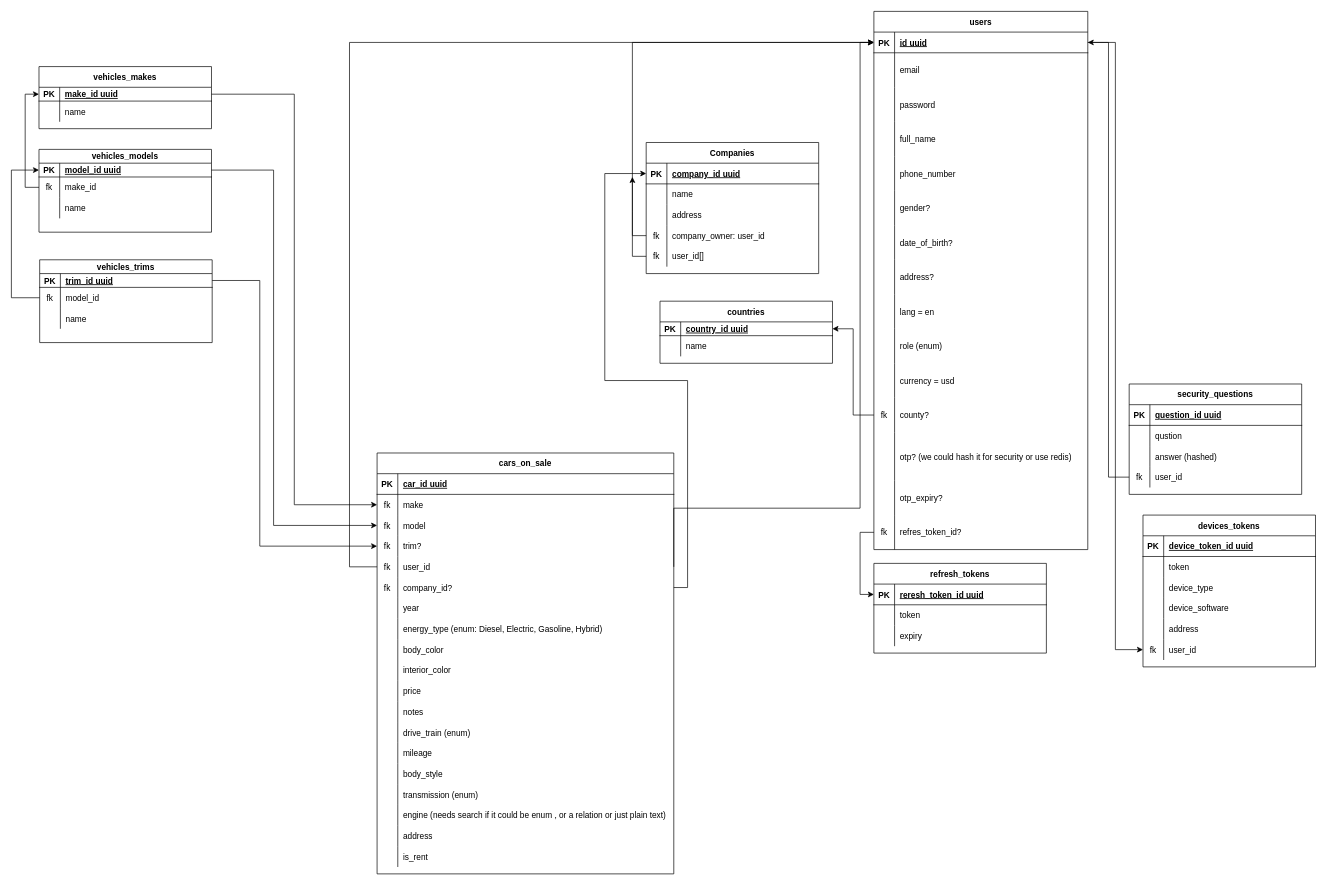
This is Untitled Diagram.drawio from ibrahim-raad/schema, a draw.io file, before an edit. Source tidied: cells renumbered, new cells numbered last; positions are measured from the earlier drawing's top-left corner, leaving out a move shared by most shapes. Both pictures are drawn from the tidied source at 69%, with x=0, y=0 at pixel (11, 11).
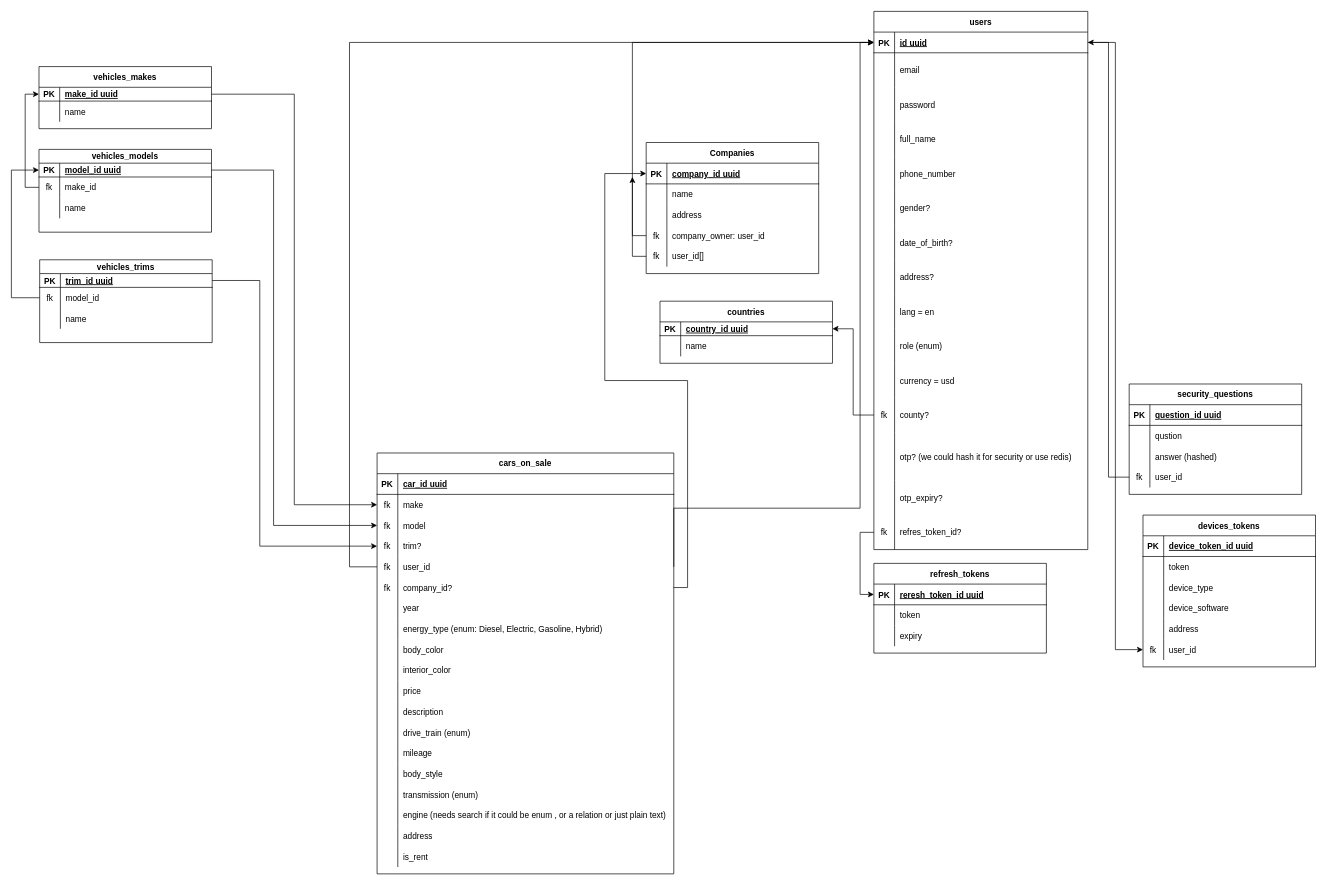
The same diagram, later.

Commit message:
changed notes to description

The change refers to these unchanged cells:
```xml
<mxCell id="181" style="shape=partialRectangle;fillColor=none;top=0;left=0;right=0;bottom=0;" parent="147" vertex="1">
  <mxGeometry y="360" width="430" height="30" as="geometry" />
</mxCell>
```

What changed in the source:
```diff
@@
-    <mxCell id="183" value="notes" style="shape=partialRectangle;overflow=hidden;fillColor=none;top=0;left=0;bottom=0;right=0;align=left;spacingLeft=6;" parent="181" vertex="1">
+    <mxCell id="183" value="description" style="shape=partialRectangle;overflow=hidden;fillColor=none;top=0;left=0;bottom=0;right=0;align=left;spacingLeft=6;" parent="181" vertex="1">
       <mxGeometry x="30" width="400" height="30" as="geometry" />
     </mxCell>
```
